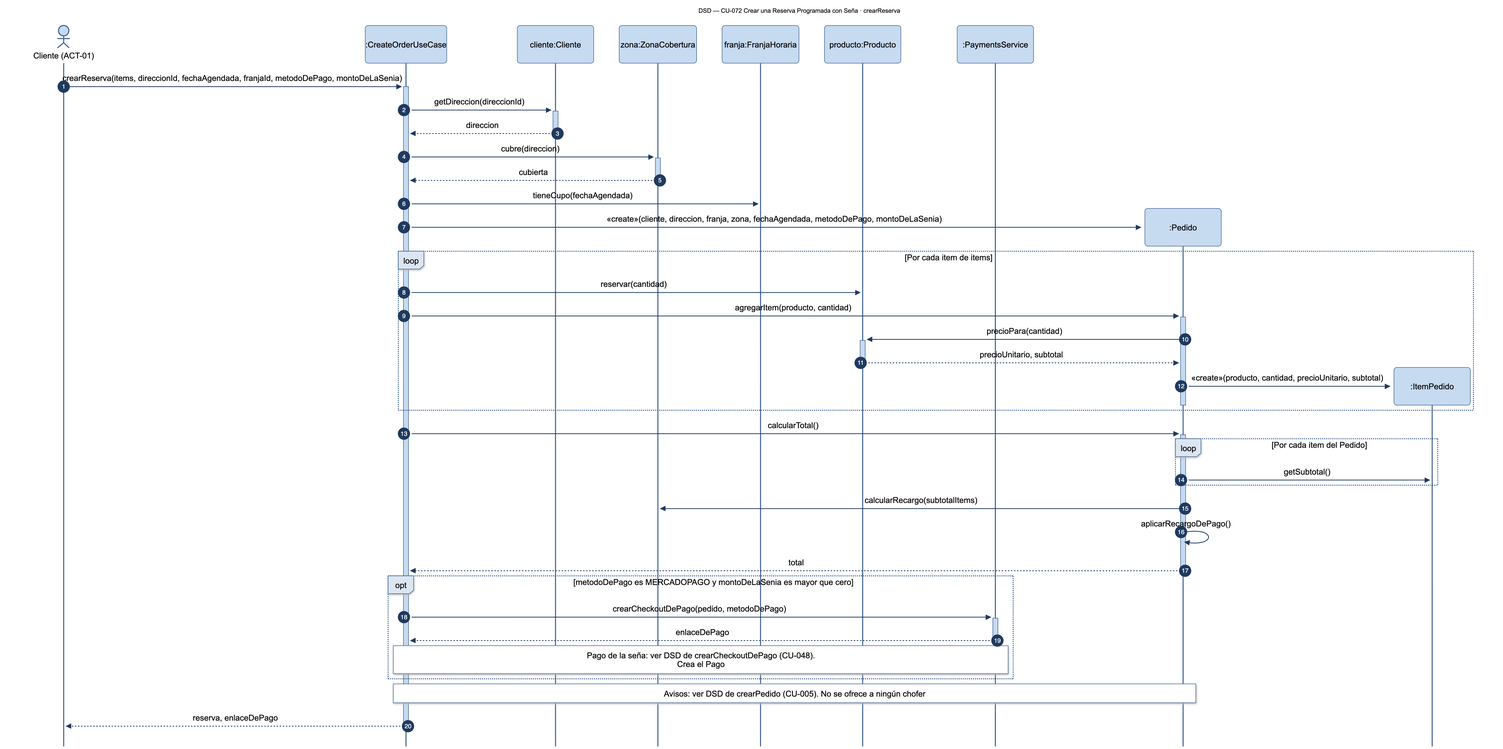
This is diagramas/png/DSD_CU-072_crearReserva.png from Nahuelito-Dev/splg-docs, a Mermaid export, as it was before one commit. Its source is kept beside it as diagramas/DSD_CU-072_crearReserva.mmd.
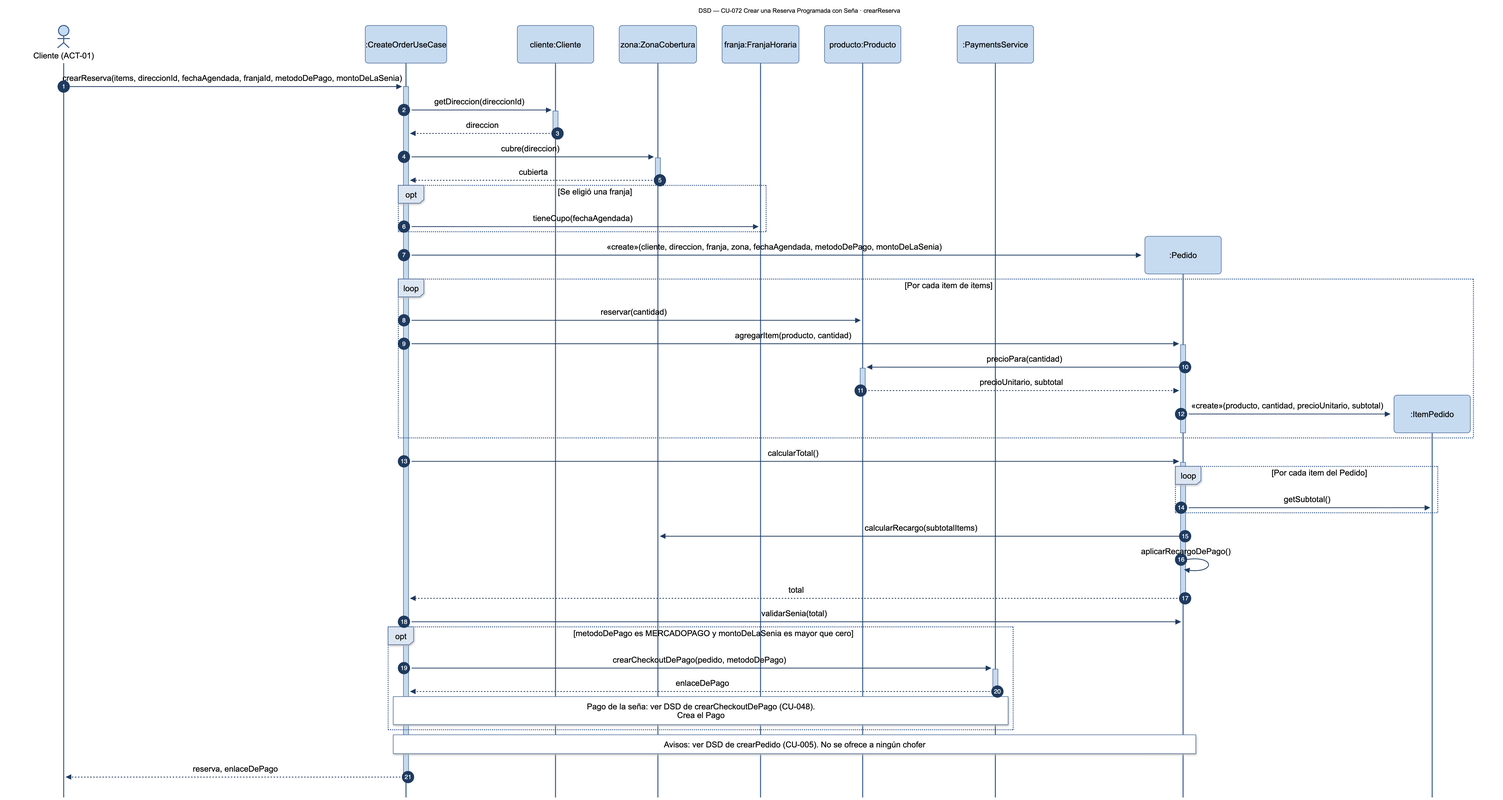
Later version of the same file.

Diff of the diagram source:
```diff
@@ -14,7 +14,9 @@
     CLE-->>-CRT: direccion
     CRT->>+ZON: cubre(direccion)
     ZON-->>-CRT: cubierta
-    CRT->>FRA: tieneCupo(fechaAgendada)
+    opt Se eligió una franja
+        CRT->>FRA: tieneCupo(fechaAgendada)
+    end
     create participant PED as :Pedido
     CRT->>PED: «create»(cliente, direccion, franja, zona, fechaAgendada, metodoDePago, montoDeLaSenia)
     loop Por cada item de items
@@ -33,6 +35,7 @@
     PED->>ZON: calcularRecargo(subtotalItems)
     PED->>PED: aplicarRecargoDePago()
     PED-->>-CRT: total
+    CRT->>PED: validarSenia(total)
     opt metodoDePago es MERCADOPAGO y montoDeLaSenia es mayor que cero
         CRT->>+PAG: crearCheckoutDePago(pedido, metodoDePago)
         PAG-->>-CRT: enlaceDePago
```
